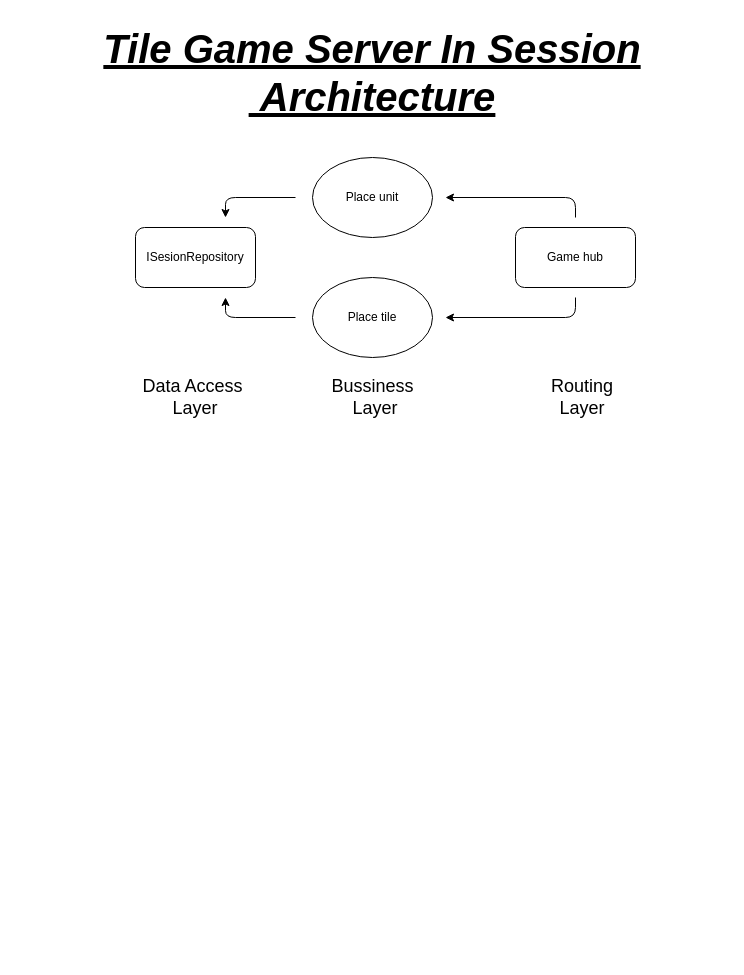
The draw.io diagram Diagrams/TileGameServerInSession.drawio in the-coolest-developers/TileGame-Core, before the edit. Source tidied: cells renumbered, new cells numbered last; positions are measured from the earlier drawing's top-left corner, leaving out a move shared by most shapes. Both pictures are drawn from the tidied source at 100%, with x=0, y=0 at pixel (17, 17).
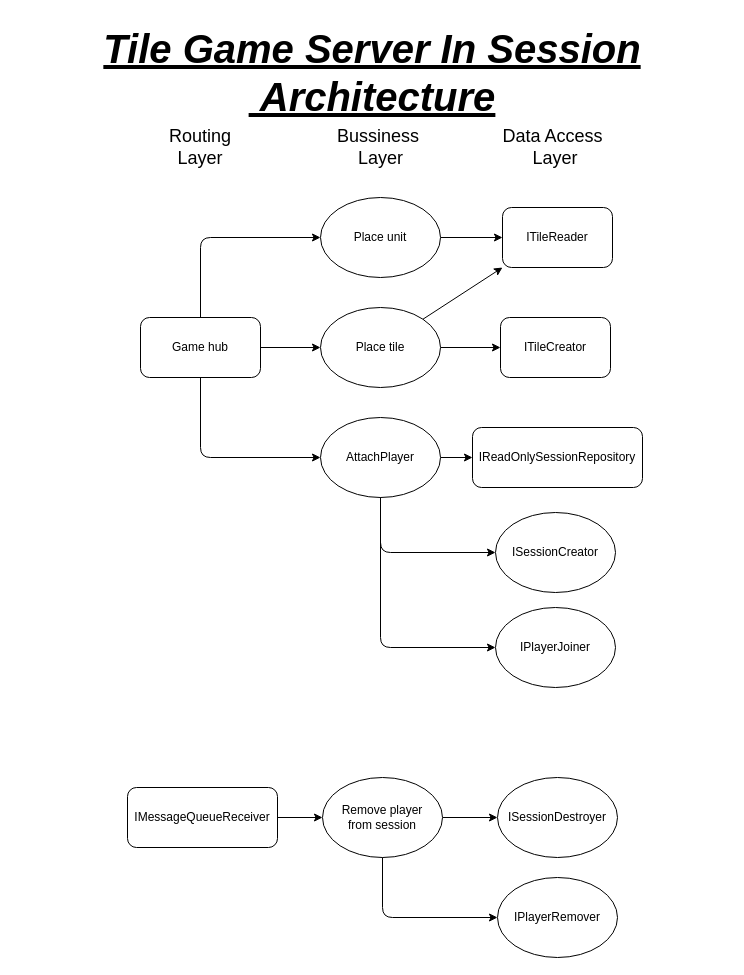
The same page after the edit.

The edit, as a diff of the source:
```diff
@@
-    <mxCell id="2" value="ISesionRepository" style="rounded=1;whiteSpace=wrap;html=1;" parent="1" vertex="1">
-      <mxGeometry x="118" y="210" width="120" height="60" as="geometry" />
-    </mxCell>
+    <mxCell id="14" style="edgeStyle=orthogonalEdgeStyle;rounded=0;jettySize=auto;html=1;" parent="1" edge="1" source="3" target="10">
+      <mxGeometry relative="1" as="geometry" />
+    </mxCell>
     <mxCell id="3" value="Game hub" style="rounded=1;whiteSpace=wrap;html=1;" parent="1" vertex="1">
-      <mxGeometry x="498" y="210" width="120" height="60" as="geometry" />
+      <mxGeometry x="123" y="300" width="120" height="60" as="geometry" />
     </mxCell>
-    <mxCell id="4" style="endArrow=classic;html=1;shadow=0;align=center;edgeStyle=elbowEdgeStyle;" parent="1" edge="1">
+    <mxCell id="4" style="endArrow=classic;html=1;shadow=0;align=center;edgeStyle=elbowEdgeStyle;exitX=0.5;exitY=0;exitDx=0;exitDy=0;entryX=0;entryY=0.5;entryDx=0;entryDy=0;" parent="1" edge="1" source="3" target="9">
       <mxGeometry relative="1" as="geometry">
-        <mxPoint x="558" y="200" as="sourcePoint" />
-        <mxPoint x="428" y="180" as="targetPoint" />
         <Array as="points">
-          <mxPoint x="558" y="180" />
+          <mxPoint x="183" y="280" />
         </Array>
       </mxGeometry>
     </mxCell>
@@
-    <mxCell id="6" style="endArrow=classic;html=1;shadow=0;align=center;edgeStyle=elbowEdgeStyle;" parent="1" edge="1">
-      <mxGeometry relative="1" as="geometry">
-        <mxPoint x="558" y="280" as="sourcePoint" />
-        <mxPoint x="428" y="300" as="targetPoint" />
-        <Array as="points">
-          <mxPoint x="558" y="290" />
-        </Array>
-      </mxGeometry>
-    </mxCell>
-    <mxCell id="7" style="endArrow=classic;html=1;shadow=0;fontSize=12;align=center;" parent="1" edge="1">
-      <mxGeometry relative="1" as="geometry">
-        <mxPoint x="278" y="300" as="sourcePoint" />
-        <mxPoint x="208" y="280" as="targetPoint" />
-        <Array as="points">
-          <mxPoint x="208" y="300" />
-        </Array>
-      </mxGeometry>
-    </mxCell>
-    <mxCell id="8" style="endArrow=classic;html=1;shadow=0;fontSize=12;align=center;" parent="1" edge="1">
-      <mxGeometry relative="1" as="geometry">
-        <mxPoint x="278" y="180" as="sourcePoint" />
-        <mxPoint x="208" y="200" as="targetPoint" />
-        <Array as="points">
-          <mxPoint x="208" y="180" />
-        </Array>
-      </mxGeometry>
-    </mxCell>
+    <mxCell id="15" style="edgeStyle=orthogonalEdgeStyle;rounded=0;jettySize=auto;html=1;" parent="1" edge="1" source="9" target="32">
+      <mxGeometry relative="1" as="geometry" />
+    </mxCell>
     <mxCell id="9" value="Place unit" style="ellipse;whiteSpace=wrap;html=1;fontSize=12;align=center;verticalAlign=middle;" parent="1" vertex="1">
-      <mxGeometry x="295" y="140" width="120" height="80" as="geometry" />
+      <mxGeometry x="303" y="180" width="120" height="80" as="geometry" />
     </mxCell>
+    <mxCell id="16" style="edgeStyle=orthogonalEdgeStyle;rounded=0;jettySize=auto;html=1;" parent="1" edge="1" source="10" target="34">
+      <mxGeometry relative="1" as="geometry" />
+    </mxCell>
     <mxCell id="10" value="Place tile" style="ellipse;whiteSpace=wrap;html=1;fontSize=12;align=center;verticalAlign=middle;" parent="1" vertex="1">
-      <mxGeometry x="295" y="260" width="120" height="80" as="geometry" />
+      <mxGeometry x="303" y="290" width="120" height="80" as="geometry" />
     </mxCell>
     <mxCell id="11" value="&lt;font style=&quot;font-size: 18px&quot;&gt;Data Access&amp;nbsp;&lt;br&gt;Layer&lt;/font&gt;" style="text;html=1;strokeColor=none;fillColor=none;align=center;verticalAlign=middle;whiteSpace=wrap;rounded=0;" parent="1" vertex="1">
-      <mxGeometry x="118" y="370" width="120" height="20" as="geometry" />
+      <mxGeometry x="478" y="120" width="120" height="20" as="geometry" />
     </mxCell>
     <mxCell id="12" value="&lt;font style=&quot;font-size: 18px&quot;&gt;Bussiness&amp;nbsp;&lt;br&gt;Layer&lt;/font&gt;" style="text;html=1;strokeColor=none;fillColor=none;align=center;verticalAlign=middle;whiteSpace=wrap;rounded=0;" parent="1" vertex="1">
-      <mxGeometry x="298" y="370" width="120" height="20" as="geometry" />
+      <mxGeometry x="300.5" y="120" width="125" height="20" as="geometry" />
     </mxCell>
     <mxCell id="13" value="&lt;font style=&quot;font-size: 18px&quot;&gt;Routing&lt;br&gt;Layer&lt;/font&gt;" style="text;html=1;strokeColor=none;fillColor=none;align=center;verticalAlign=middle;whiteSpace=wrap;rounded=0;" parent="1" vertex="1">
-      <mxGeometry x="505" y="370" width="120" height="20" as="geometry" />
+      <mxGeometry x="123" y="120" width="120" height="20" as="geometry" />
     </mxCell>
+    <mxCell id="17" style="edgeStyle=orthogonalEdgeStyle;rounded=0;jettySize=auto;html=1;" parent="1" edge="1" source="18" target="20">
+      <mxGeometry relative="1" as="geometry" />
+    </mxCell>
+    <mxCell id="18" value="IMessageQueueReceiver" style="rounded=1;whiteSpace=wrap;html=1;" parent="1" vertex="1">
+      <mxGeometry x="110" y="770" width="150" height="60" as="geometry" />
+    </mxCell>
+    <mxCell id="19" style="edgeStyle=orthogonalEdgeStyle;rounded=0;jettySize=auto;html=1;" parent="1" edge="1" source="20" target="21">
+      <mxGeometry relative="1" as="geometry" />
+    </mxCell>
+    <mxCell id="20" value="Remove player &lt;br&gt;from session" style="ellipse;whiteSpace=wrap;html=1;fontSize=12;align=center;verticalAlign=middle;" parent="1" vertex="1">
+      <mxGeometry x="305" y="760" width="120" height="80" as="geometry" />
+    </mxCell>
+    <mxCell id="21" value="ISessionDestroyer" style="ellipse;whiteSpace=wrap;html=1;fontSize=12;align=center;verticalAlign=middle;" parent="1" vertex="1">
+      <mxGeometry x="480" y="760" width="120" height="80" as="geometry" />
+    </mxCell>
+    <mxCell id="22" style="edgeStyle=orthogonalEdgeStyle;rounded=0;jettySize=auto;html=1;" parent="1" edge="1" source="23" target="31">
+      <mxGeometry relative="1" as="geometry" />
+    </mxCell>
+    <mxCell id="23" value="AttachPlayer" style="ellipse;whiteSpace=wrap;html=1;fontSize=12;align=center;verticalAlign=middle;" parent="1" vertex="1">
+      <mxGeometry x="303" y="400" width="120" height="80" as="geometry" />
+    </mxCell>
+    <mxCell id="24" style="endArrow=classic;html=1;shadow=0;align=center;edgeStyle=elbowEdgeStyle;exitX=0.5;exitY=1;exitDx=0;exitDy=0;entryX=0;entryY=0.5;entryDx=0;entryDy=0;" parent="1" edge="1" source="3" target="23">
+      <mxGeometry relative="1" as="geometry">
+        <Array as="points">
+          <mxPoint x="183" y="390" />
+          <mxPoint x="153" y="420" />
+          <mxPoint x="183" y="490" />
+        </Array>
+      </mxGeometry>
+    </mxCell>
+    <mxCell id="25" style="endArrow=classic;html=1;shadow=0;align=center;edgeStyle=elbowEdgeStyle;exitX=0.5;exitY=1;exitDx=0;exitDy=0;entryX=0;entryY=0.5;entryDx=0;entryDy=0;" parent="1" edge="1" source="23" target="26">
+      <mxGeometry relative="1" as="geometry">
+        <Array as="points">
+          <mxPoint x="363" y="530" />
+          <mxPoint x="368" y="540" />
+          <mxPoint x="328" y="570" />
+          <mxPoint x="358" y="640" />
+        </Array>
+      </mxGeometry>
+    </mxCell>
+    <mxCell id="26" value="ISessionCreator" style="ellipse;whiteSpace=wrap;html=1;fontSize=12;align=center;verticalAlign=middle;" parent="1" vertex="1">
+      <mxGeometry x="478" y="495" width="120" height="80" as="geometry" />
+    </mxCell>
+    <mxCell id="27" style="endArrow=classic;html=1;shadow=0;align=center;edgeStyle=elbowEdgeStyle;exitX=0.5;exitY=1;exitDx=0;exitDy=0;entryX=0;entryY=0.5;entryDx=0;entryDy=0;" parent="1" edge="1" source="20" target="28">
+      <mxGeometry relative="1" as="geometry">
+        <Array as="points">
+          <mxPoint x="365" y="860" />
+          <mxPoint x="365" y="910" />
+          <mxPoint x="325" y="940" />
+          <mxPoint x="355" y="1010" />
+        </Array>
+      </mxGeometry>
+    </mxCell>
+    <mxCell id="28" value="IPlayerRemover" style="ellipse;whiteSpace=wrap;html=1;fontSize=12;align=center;verticalAlign=middle;" parent="1" vertex="1">
+      <mxGeometry x="480" y="860" width="120" height="80" as="geometry" />
+    </mxCell>
+    <mxCell id="29" style="endArrow=classic;html=1;shadow=0;align=center;edgeStyle=elbowEdgeStyle;exitX=0.5;exitY=1;exitDx=0;exitDy=0;entryX=0;entryY=0.5;entryDx=0;entryDy=0;" parent="1" edge="1" source="23" target="30">
+      <mxGeometry relative="1" as="geometry">
+        <Array as="points">
+          <mxPoint x="363" y="620" />
+          <mxPoint x="368" y="630" />
+          <mxPoint x="328" y="660" />
+          <mxPoint x="358" y="730" />
+        </Array>
+      </mxGeometry>
+    </mxCell>
+    <mxCell id="30" value="IPlayerJoiner" style="ellipse;whiteSpace=wrap;html=1;fontSize=12;align=center;verticalAlign=middle;" parent="1" vertex="1">
+      <mxGeometry x="478" y="590" width="120" height="80" as="geometry" />
+    </mxCell>
+    <mxCell id="31" value="IReadOnlySessionRepository" style="rounded=1;whiteSpace=wrap;html=1;" parent="1" vertex="1">
+      <mxGeometry x="455" y="410" width="170" height="60" as="geometry" />
+    </mxCell>
+    <mxCell id="32" value="ITileReader" style="rounded=1;whiteSpace=wrap;html=1;" parent="1" vertex="1">
+      <mxGeometry x="485" y="190" width="110" height="60" as="geometry" />
+    </mxCell>
+    <mxCell id="33" style="endArrow=classic;html=1;entryX=0;entryY=1;entryDx=0;entryDy=0;exitX=1;exitY=0;exitDx=0;exitDy=0;" parent="1" edge="1" source="10" target="32">
+      <mxGeometry relative="1" as="geometry" />
+    </mxCell>
+    <mxCell id="34" value="ITileCreator" style="rounded=1;whiteSpace=wrap;html=1;" parent="1" vertex="1">
+      <mxGeometry x="483" y="300" width="110" height="60" as="geometry" />
+    </mxCell>
```
